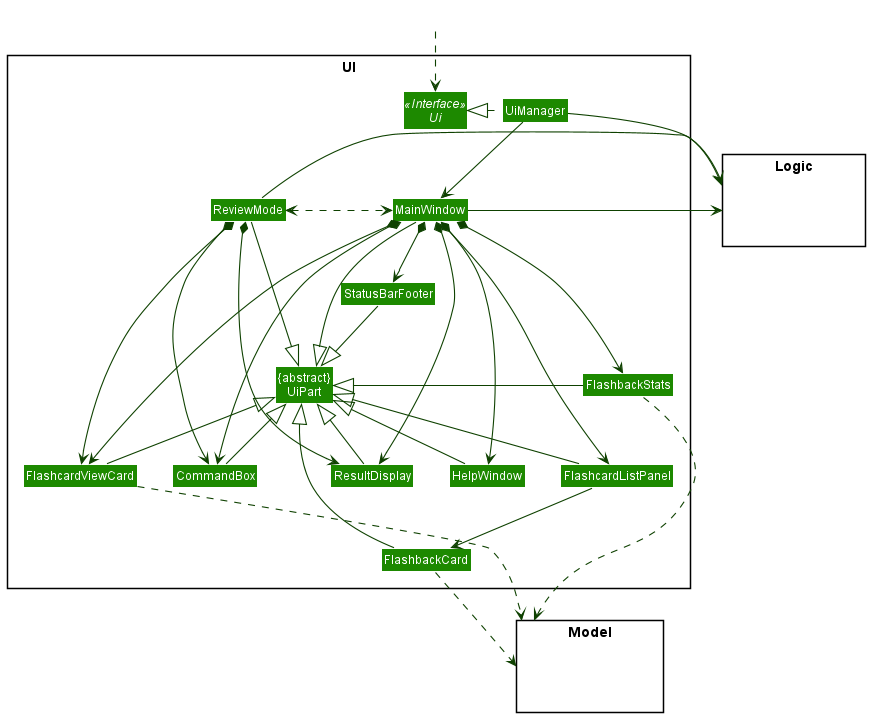
Before: docs/images/UiClassDiagram.png, a diagram exported from PlantUML (nus-cs2103-AY2021S2/tp).
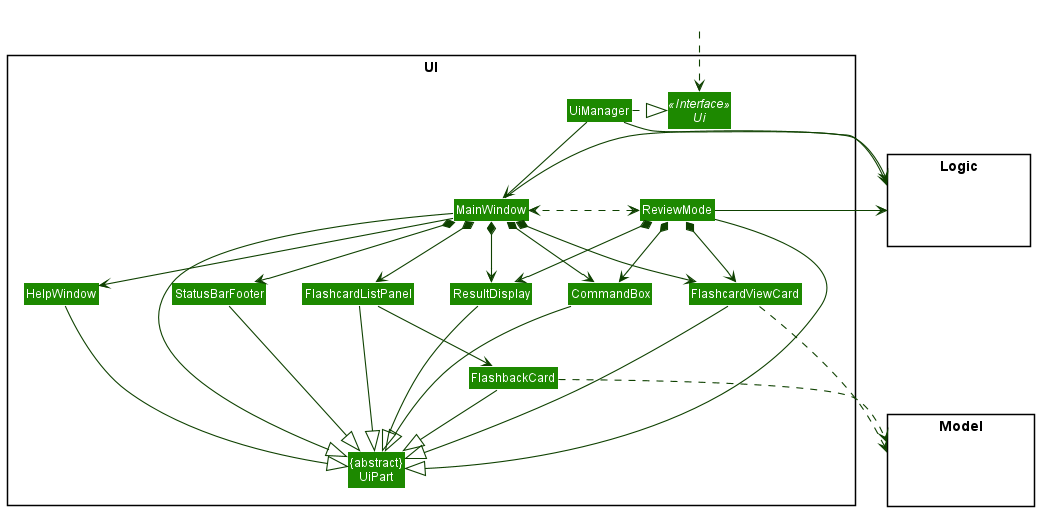
After the change.

What changed in the source:
```diff
@@ -16,7 +16,6 @@
 Class StatusBarFooter
 Class CommandBox
 Class FlashcardViewCard
-Class FlashbackStats
 Class ReviewMode
 }
 
@@ -31,12 +30,11 @@
 Class HiddenOutside #FFFFFF
 HiddenOutside ..> Ui
 
-UiManager .left.|> Ui
+UiManager .right.|> Ui
 UiManager -down-> MainWindow
 MainWindow --> HelpWindow
 MainWindow *-down-> CommandBox
 MainWindow *-down-> FlashcardViewCard
-MainWindow *-down-> FlashbackStats
 MainWindow *-down-> ResultDisplay
 MainWindow *-down-> FlashcardListPanel
 MainWindow *-down-> StatusBarFooter
@@ -50,18 +48,16 @@
 
 MainWindow -left-|> UiPart
 
-ResultDisplay -up-|> UiPart
-FlashcardViewCard -up-|> UiPart
+ResultDisplay --|> UiPart
+FlashcardViewCard --|> UiPart
 CommandBox --|> UiPart
 FlashcardListPanel --|> UiPart
 FlashbackCard --|> UiPart
 StatusBarFooter --|> UiPart
-FlashbackStats -left-|> UiPart
-HelpWindow -down-|> UiPart
+HelpWindow --|> UiPart
 ReviewMode --|> UiPart
 
 FlashbackCard ..> Model
-FlashbackStats ..> Model
 FlashcardViewCard ..> Model
 UiManager -right-> Logic
 MainWindow -left-> Logic
```
